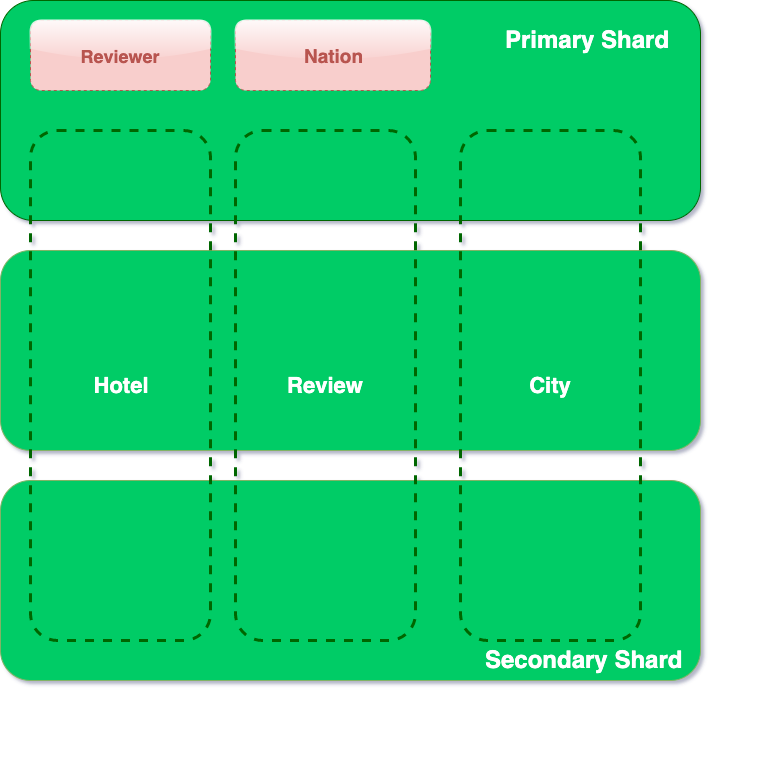
MatteoDJon/Task2LSMDB keeps this draw.io diagram as img/soft_arch3.png. Above is the earlier version. Source tidied: cells renumbered, new cells last; positions are measured from the earlier drawing's top-left corner, leaving out a move shared by most shapes. The source it was exported from:
```xml
<mxGraphModel>
  <root>
    <mxCell id="0" />
    <mxCell id="1" parent="0" />
    <mxCell id="2" style="rounded=1;whiteSpace=wrap;html=1;fillColor=#00CC66;strokeColor=#006600;glass=0;comic=0;" parent="1" vertex="1">
      <mxGeometry width="700" height="220" as="geometry" />
    </mxCell>
    <mxCell id="3" style="rounded=1;whiteSpace=wrap;html=1;fillColor=#00CC66;strokeColor=#82b366;glass=0;comic=0;" parent="1" vertex="1">
      <mxGeometry y="480" width="700" height="200" as="geometry" />
    </mxCell>
    <mxCell id="4" style="rounded=1;whiteSpace=wrap;html=1;fillColor=#00CC66;strokeColor=#82b366;glass=0;comic=0;" parent="1" vertex="1">
      <mxGeometry y="250" width="700" height="200" as="geometry" />
    </mxCell>
    <mxCell id="5" value="&lt;font color=&quot;#b85450&quot; size=&quot;1&quot;&gt;&lt;b style=&quot;font-size: 18px&quot;&gt;Reviewer&lt;/b&gt;&lt;/font&gt;" style="rounded=1;whiteSpace=wrap;html=1;fillColor=#f8cecc;strokeColor=#b85450;glass=1;comic=0;dashed=1;" parent="1" vertex="1">
      <mxGeometry x="30" y="20" width="180" height="70" as="geometry" />
    </mxCell>
    <mxCell id="6" value="&lt;font color=&quot;#b85450&quot; style=&quot;font-size: 19px&quot;&gt;&lt;b&gt;Nation&lt;/b&gt;&lt;/font&gt;" style="rounded=1;whiteSpace=wrap;html=1;fillColor=#f8cecc;strokeColor=#b85450;glass=1;comic=0;dashed=1;" parent="1" vertex="1">
      <mxGeometry x="235" y="20" width="195" height="70" as="geometry" />
    </mxCell>
    <mxCell id="7" value="Hotel" style="rounded=1;whiteSpace=wrap;html=1;fillColor=none;strokeColor=#006600;glass=1;comic=0;fontSize=22;fontColor=#FFFFFF;verticalAlign=middle;strokeWidth=3;dashed=1;fontStyle=1;" parent="1" vertex="1">
      <mxGeometry x="30" y="130" width="180" height="510" as="geometry" />
    </mxCell>
    <mxCell id="8" value="Review" style="rounded=1;whiteSpace=wrap;html=1;fillColor=none;strokeColor=#006600;glass=1;comic=0;fontSize=22;fontColor=#FFFFFF;verticalAlign=middle;strokeWidth=3;dashed=1;fontStyle=1;" parent="1" vertex="1">
      <mxGeometry x="235" y="130" width="180" height="510" as="geometry" />
    </mxCell>
    <mxCell id="9" style="edgeStyle=orthogonalEdgeStyle;rounded=0;orthogonalLoop=1;jettySize=auto;html=1;exitX=0.5;exitY=1;exitDx=0;exitDy=0;" parent="1" edge="1" source="7" target="7">
      <mxGeometry relative="1" as="geometry" />
    </mxCell>
    <mxCell id="10" value="&lt;h1&gt;&lt;font color=&quot;#ffffff&quot;&gt;Primary Shard&lt;/font&gt;&lt;/h1&gt;" style="text;html=1;strokeColor=none;fillColor=none;spacing=5;spacingTop=-20;whiteSpace=wrap;overflow=hidden;rounded=0;glass=1;comic=0;shadow=0;" parent="1" vertex="1">
      <mxGeometry x="500" y="20" width="190" height="120" as="geometry" />
    </mxCell>
    <mxCell id="11" value="&lt;h1&gt;&lt;font color=&quot;#ffffff&quot;&gt;Secondary Shard&lt;/font&gt;&lt;/h1&gt;" style="text;html=1;strokeColor=none;fillColor=none;spacing=5;spacingTop=-20;whiteSpace=wrap;overflow=hidden;rounded=0;glass=1;comic=0;" parent="1" vertex="1">
      <mxGeometry x="480" y="640" width="270" height="120" as="geometry" />
    </mxCell>
    <mxCell id="12" value="City" style="rounded=1;whiteSpace=wrap;html=1;fillColor=none;strokeColor=#006600;glass=1;comic=0;fontSize=22;fontColor=#FFFFFF;verticalAlign=middle;strokeWidth=3;dashed=1;fontStyle=1;" parent="1" vertex="1">
      <mxGeometry x="460" y="130" width="180" height="510" as="geometry" />
    </mxCell>
  </root>
</mxGraphModel>
```
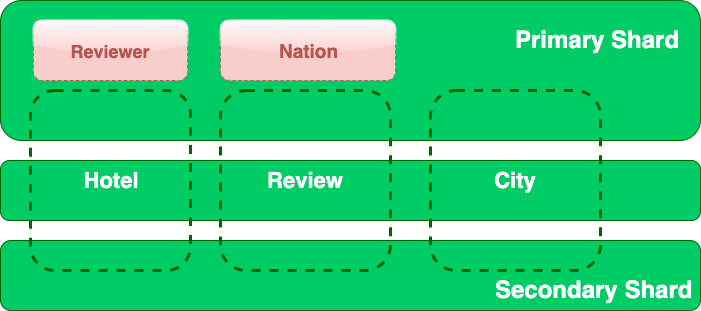
Above is the later version.

What changed in the source:
```diff
@@ -3,37 +3,43 @@
     <mxCell id="0" />
     <mxCell id="1" parent="0" />
     <mxCell id="2" style="rounded=1;whiteSpace=wrap;html=1;fillColor=#00CC66;strokeColor=#006600;glass=0;comic=0;" parent="1" vertex="1">
-      <mxGeometry width="700" height="220" as="geometry" />
+      <mxGeometry y="10" width="700" height="140" as="geometry" />
     </mxCell>
-    <mxCell id="3" style="rounded=1;whiteSpace=wrap;html=1;fillColor=#00CC66;strokeColor=#82b366;glass=0;comic=0;" parent="1" vertex="1">
-      <mxGeometry y="480" width="700" height="200" as="geometry" />
+    <mxCell id="3" style="rounded=1;whiteSpace=wrap;html=1;fillColor=#00CC66;strokeColor=#006600;glass=0;comic=0;" parent="1" vertex="1">
+      <mxGeometry y="250" width="700" height="70" as="geometry" />
     </mxCell>
-    <mxCell id="4" style="rounded=1;whiteSpace=wrap;html=1;fillColor=#00CC66;strokeColor=#82b366;glass=0;comic=0;" parent="1" vertex="1">
-      <mxGeometry y="250" width="700" height="200" as="geometry" />
+    <mxCell id="4" style="rounded=1;whiteSpace=wrap;html=1;fillColor=#00CC66;strokeColor=#006600;glass=0;comic=0;" parent="1" vertex="1">
+      <mxGeometry y="170" width="700" height="60" as="geometry" />
     </mxCell>
     <mxCell id="5" value="&lt;font color=&quot;#b85450&quot; size=&quot;1&quot;&gt;&lt;b style=&quot;font-size: 18px&quot;&gt;Reviewer&lt;/b&gt;&lt;/font&gt;" style="rounded=1;whiteSpace=wrap;html=1;fillColor=#f8cecc;strokeColor=#b85450;glass=1;comic=0;dashed=1;" parent="1" vertex="1">
-      <mxGeometry x="30" y="20" width="180" height="70" as="geometry" />
+      <mxGeometry x="32.9" y="30" width="154.3" height="60" as="geometry" />
     </mxCell>
     <mxCell id="6" value="&lt;font color=&quot;#b85450&quot; style=&quot;font-size: 19px&quot;&gt;&lt;b&gt;Nation&lt;/b&gt;&lt;/font&gt;" style="rounded=1;whiteSpace=wrap;html=1;fillColor=#f8cecc;strokeColor=#b85450;glass=1;comic=0;dashed=1;" parent="1" vertex="1">
-      <mxGeometry x="235" y="20" width="195" height="70" as="geometry" />
+      <mxGeometry x="220" y="30" width="175" height="60" as="geometry" />
     </mxCell>
     <mxCell id="7" value="Hotel" style="rounded=1;whiteSpace=wrap;html=1;fillColor=none;strokeColor=#006600;glass=1;comic=0;fontSize=22;fontColor=#FFFFFF;verticalAlign=middle;strokeWidth=3;dashed=1;fontStyle=1;" parent="1" vertex="1">
-      <mxGeometry x="30" y="130" width="180" height="510" as="geometry" />
+      <mxGeometry x="30" y="100" width="160" height="180" as="geometry" />
     </mxCell>
     <mxCell id="8" value="Review" style="rounded=1;whiteSpace=wrap;html=1;fillColor=none;strokeColor=#006600;glass=1;comic=0;fontSize=22;fontColor=#FFFFFF;verticalAlign=middle;strokeWidth=3;dashed=1;fontStyle=1;" parent="1" vertex="1">
-      <mxGeometry x="235" y="130" width="180" height="510" as="geometry" />
+      <mxGeometry x="220" y="100" width="170" height="180" as="geometry" />
     </mxCell>
     <mxCell id="9" style="edgeStyle=orthogonalEdgeStyle;rounded=0;orthogonalLoop=1;jettySize=auto;html=1;exitX=0.5;exitY=1;exitDx=0;exitDy=0;" parent="1" edge="1" source="7" target="7">
       <mxGeometry relative="1" as="geometry" />
     </mxCell>
     <mxCell id="10" value="&lt;h1&gt;&lt;font color=&quot;#ffffff&quot;&gt;Primary Shard&lt;/font&gt;&lt;/h1&gt;" style="text;html=1;strokeColor=none;fillColor=none;spacing=5;spacingTop=-20;whiteSpace=wrap;overflow=hidden;rounded=0;glass=1;comic=0;shadow=0;" parent="1" vertex="1">
-      <mxGeometry x="500" y="20" width="190" height="120" as="geometry" />
+      <mxGeometry x="510" y="30" width="190" height="120" as="geometry" />
     </mxCell>
     <mxCell id="11" value="&lt;h1&gt;&lt;font color=&quot;#ffffff&quot;&gt;Secondary Shard&lt;/font&gt;&lt;/h1&gt;" style="text;html=1;strokeColor=none;fillColor=none;spacing=5;spacingTop=-20;whiteSpace=wrap;overflow=hidden;rounded=0;glass=1;comic=0;" parent="1" vertex="1">
-      <mxGeometry x="480" y="640" width="270" height="120" as="geometry" />
+      <mxGeometry x="490" y="280" width="210" height="40" as="geometry" />
     </mxCell>
     <mxCell id="12" value="City" style="rounded=1;whiteSpace=wrap;html=1;fillColor=none;strokeColor=#006600;glass=1;comic=0;fontSize=22;fontColor=#FFFFFF;verticalAlign=middle;strokeWidth=3;dashed=1;fontStyle=1;" parent="1" vertex="1">
-      <mxGeometry x="460" y="130" width="180" height="510" as="geometry" />
+      <mxGeometry x="430" y="100" width="170" height="180" as="geometry" />
     </mxCell>
+    <mxCell id="13" style="edgeStyle=orthogonalEdgeStyle;rounded=0;orthogonalLoop=1;jettySize=auto;html=1;exitX=0.5;exitY=1;exitDx=0;exitDy=0;fontSize=22;fontColor=#FFFFFF;" parent="1" edge="1" source="12" target="12">
+      <mxGeometry relative="1" as="geometry" />
+    </mxCell>
+    <mxCell id="14" style="edgeStyle=orthogonalEdgeStyle;rounded=0;orthogonalLoop=1;jettySize=auto;html=1;exitX=0.5;exitY=1;exitDx=0;exitDy=0;fontSize=22;fontColor=#FFFFFF;" parent="1" edge="1" source="8" target="8">
+      <mxGeometry relative="1" as="geometry" />
+    </mxCell>
   </root>
 </mxGraphModel>
```
